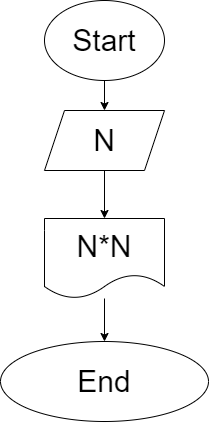
Before: Seminar/Seminar_01/Ex001/diagram.drawio.png, a diagram exported from draw.io (SergeiTimokhin/Introduction_to_programming_languages). Source tidied: cells renumbered, new cells last; positions are measured from the earlier drawing's top-left corner, leaving out a move shared by most shapes.
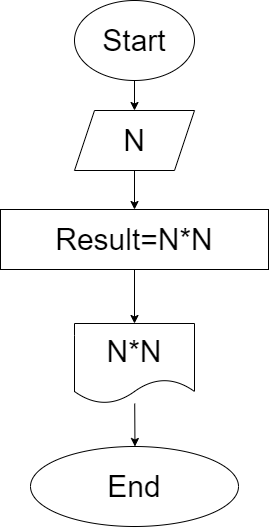
The same diagram one commit later.

Commit message:
Задача 1 решена

Change to the diagram source:
```diff
@@ -8,9 +8,9 @@
     <mxCell id="3" value="Start" style="ellipse;whiteSpace=wrap;html=1;fontSize=30;" parent="1" vertex="1">
       <mxGeometry x="44" width="120" height="80" as="geometry" />
     </mxCell>
-    <mxCell id="4" style="edgeStyle=none;html=1;fontSize=30;" parent="1" edge="1" source="5" target="7">
-      <mxGeometry relative="1" as="geometry" />
-    </mxCell>
+    <mxCell id="9" style="edgeStyle=none;html=1;" parent="1" edge="1" source="5" target="11">
+      <mxGeometry relative="1" as="geometry" />
+    </mxCell>
     <mxCell id="5" value="N" style="shape=parallelogram;perimeter=parallelogramPerimeter;whiteSpace=wrap;html=1;fixedSize=1;fontSize=30;" parent="1" vertex="1">
       <mxGeometry x="44" y="110" width="120" height="60" as="geometry" />
     </mxCell>
@@ -18,10 +18,16 @@
       <mxGeometry relative="1" as="geometry" />
     </mxCell>
     <mxCell id="7" value="N*N" style="shape=document;whiteSpace=wrap;html=1;boundedLbl=1;fontSize=30;" parent="1" vertex="1">
-      <mxGeometry x="44" y="218" width="120" height="80" as="geometry" />
+      <mxGeometry x="44" y="323" width="120" height="80" as="geometry" />
     </mxCell>
     <mxCell id="8" value="End" style="ellipse;whiteSpace=wrap;html=1;fontSize=30;" parent="1" vertex="1">
-      <mxGeometry y="341" width="208" height="80" as="geometry" />
+      <mxGeometry y="446" width="208" height="80" as="geometry" />
     </mxCell>
+    <mxCell id="10" style="edgeStyle=none;html=1;" parent="1" edge="1" source="11" target="7">
+      <mxGeometry relative="1" as="geometry" />
+    </mxCell>
+    <mxCell id="11" value="Result=N*N" style="whiteSpace=wrap;html=1;fontSize=30;" parent="1" vertex="1">
+      <mxGeometry x="-30" y="209" width="268" height="60" as="geometry" />
+    </mxCell>
   </root>
 </mxGraphModel>
```
